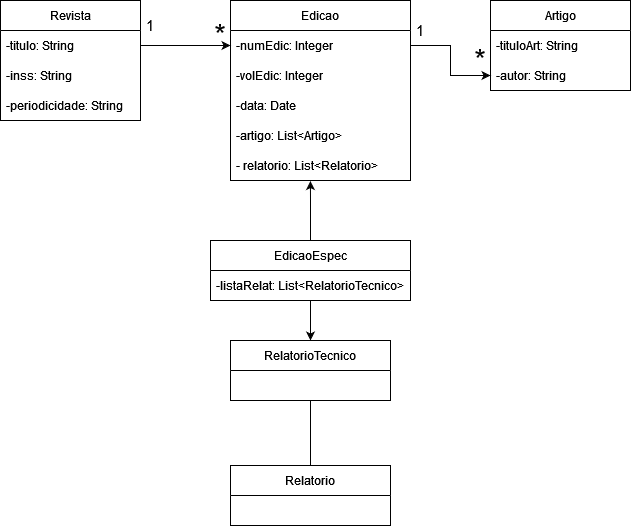
Earlier version of the draw.io export a1/q2A1.drawio.png (Andra-sun/modelagem). Source tidied: cells renumbered, new cells last; positions are measured from the earlier drawing's top-left corner, leaving out a move shared by most shapes.
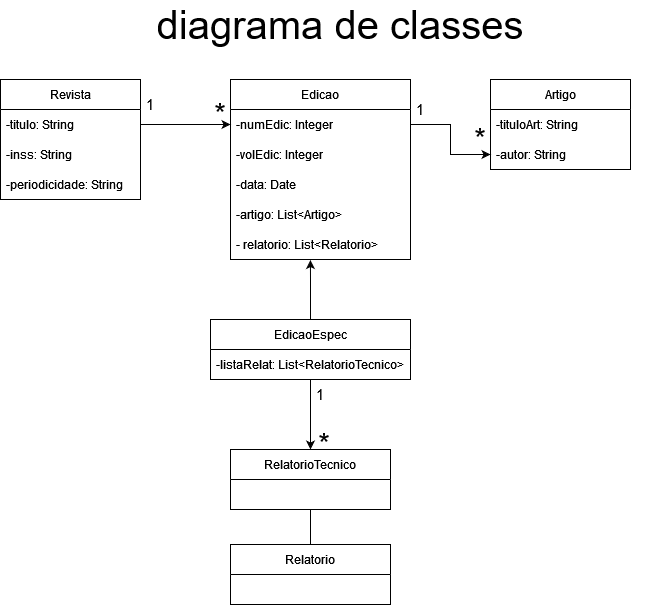
After the commit.

The edit, as a diff of the source:
```diff
@@ -59,7 +59,7 @@
       <mxGeometry y="30" width="200" height="30" as="geometry" />
     </mxCell>
     <mxCell id="19" value="RelatorioTecnico" style="swimlane;fontStyle=0;horizontal=1;startSize=30;whiteSpace=wrap;html=1;" parent="1" vertex="1">
-      <mxGeometry x="230" y="340" width="160" height="60" as="geometry" />
+      <mxGeometry x="230" y="370" width="160" height="60" as="geometry" />
     </mxCell>
     <mxCell id="20" style="edgeStyle=orthogonalEdgeStyle;rounded=0;jettySize=auto;html=1;entryX=0.5;entryY=1;entryDx=0;entryDy=0;endArrow=none;endFill=0;" parent="1" edge="1" source="21" target="19">
       <mxGeometry relative="1" as="geometry" />
@@ -85,5 +85,14 @@
     <mxCell id="27" value="*" style="text;strokeColor=none;align=center;fillColor=none;html=1;verticalAlign=middle;whiteSpace=wrap;rounded=0;fontSize=30;" parent="1" vertex="1">
       <mxGeometry x="450" y="45" width="60" height="30" as="geometry" />
     </mxCell>
+    <mxCell id="28" value="&lt;font style=&quot;font-size: 40px;&quot;&gt;diagrama de classes&lt;/font&gt;" style="text;strokeColor=none;align=center;fillColor=none;html=1;verticalAlign=middle;whiteSpace=wrap;rounded=0;" parent="1" vertex="1">
+      <mxGeometry x="20" y="-70" width="640" height="30" as="geometry" />
+    </mxCell>
+    <mxCell id="29" value="*" style="text;strokeColor=none;align=center;fillColor=none;html=1;verticalAlign=middle;whiteSpace=wrap;rounded=0;fontSize=30;" parent="1" vertex="1">
+      <mxGeometry x="294" y="350" width="60" height="30" as="geometry" />
+    </mxCell>
+    <mxCell id="30" value="1" style="text;strokeColor=none;align=center;fillColor=none;html=1;verticalAlign=middle;whiteSpace=wrap;rounded=0;fontSize=15;" parent="1" vertex="1">
+      <mxGeometry x="290" y="300" width="60" height="30" as="geometry" />
+    </mxCell>
   </root>
 </mxGraphModel>
```
